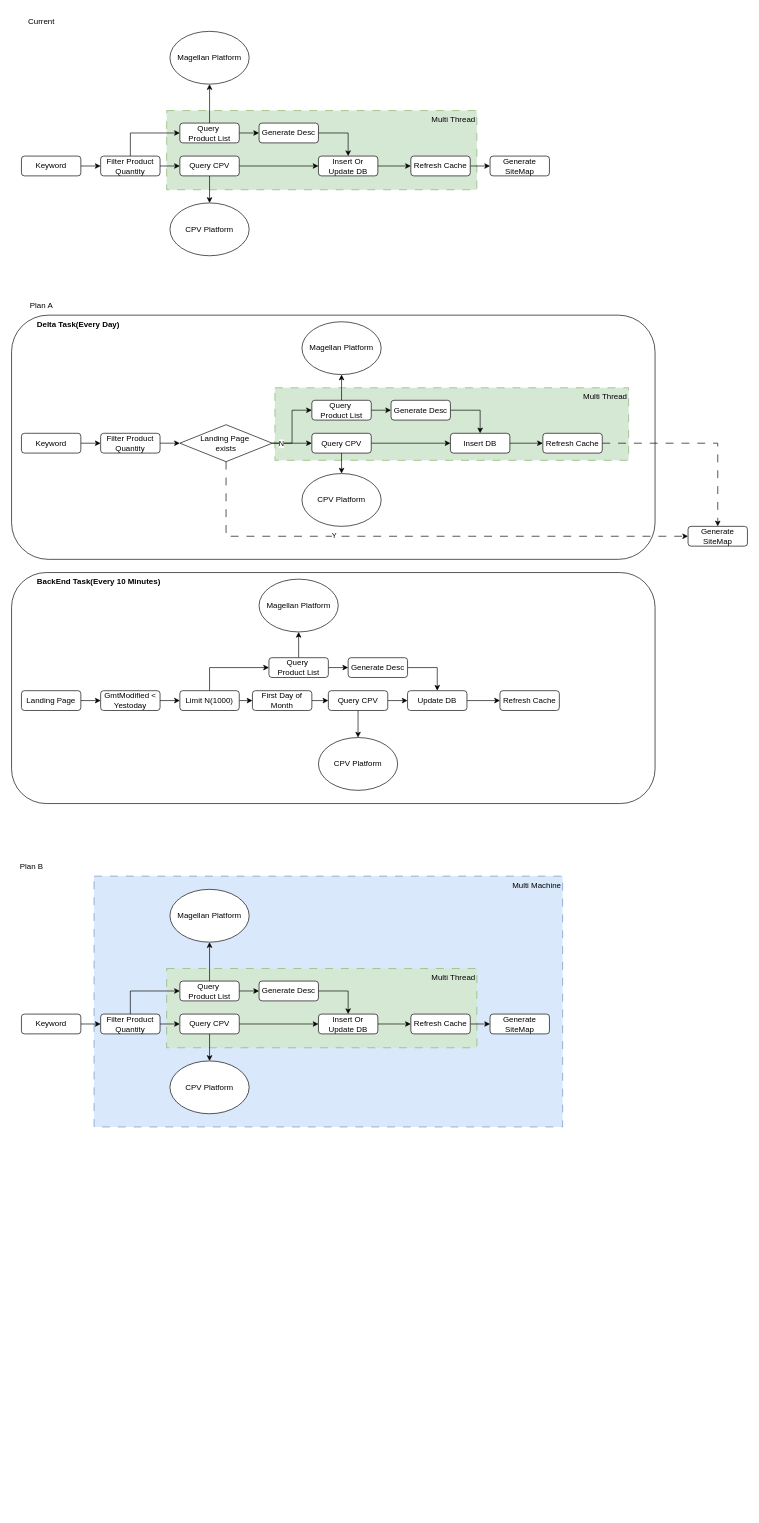
Earlier version of the draw.io diagram drawio/landingpage_generate.drawio (VisableHarry/seo-drawio). Source tidied: cells renumbered, new cells numbered last; positions are measured from the earlier drawing's top-left corner, leaving out a move shared by most shapes. Both pictures are drawn from the tidied source at 66%, with x=0, y=0 at pixel (11, 11).
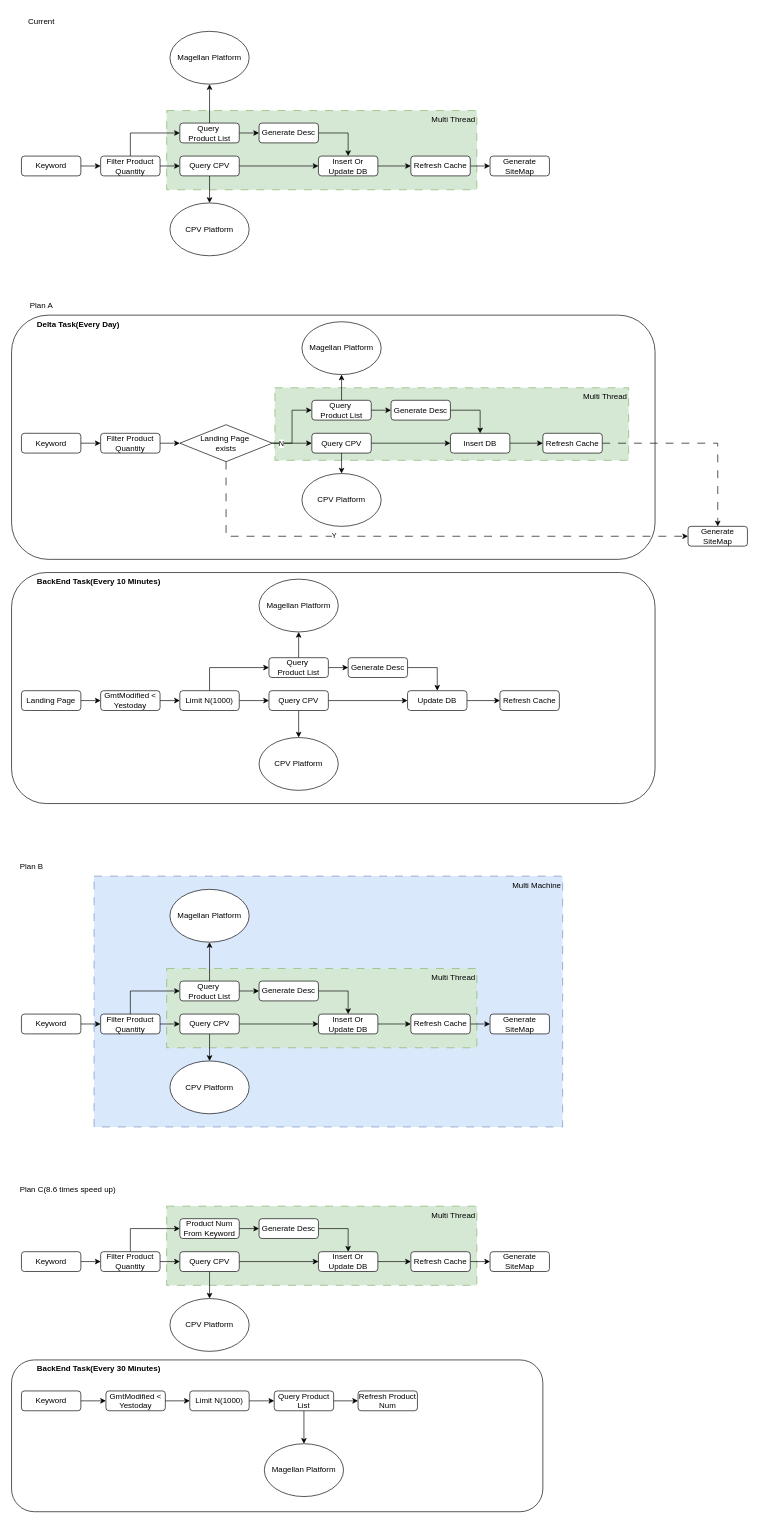
The same page after the edit.

Unchanged cells that the change refers to:
```xml
<mxCell id="71" value="Limit N(1000)" style="rounded=1;whiteSpace=wrap;html=1;" parent="1" vertex="1">
  <mxGeometry x="255" y="1029" width="90" height="30" as="geometry" />
</mxCell>
```

Diff of the diagram source:
```diff
@@
+    <mxCell id="98" value="&amp;nbsp; &amp;nbsp; &amp;nbsp; &amp;nbsp; &amp;nbsp; &amp;nbsp;&lt;b&gt;BackEnd Task(Every 30 Minutes)&lt;/b&gt;" style="rounded=1;whiteSpace=wrap;html=1;align=left;verticalAlign=top;" parent="1" vertex="1">
+      <mxGeometry y="2043" width="805" height="230" as="geometry" />
+    </mxCell>
@@
     <mxCell id="56" value="Query CPV" style="rounded=1;whiteSpace=wrap;html=1;" parent="1" vertex="1">
-      <mxGeometry x="480" y="1029" width="90" height="30" as="geometry" />
+      <mxGeometry x="390" y="1029" width="90" height="30" as="geometry" />
     </mxCell>
@@
     <mxCell id="66" value="CPV Platform" style="ellipse;whiteSpace=wrap;html=1;" parent="1" vertex="1">
-      <mxGeometry x="465" y="1100" width="120" height="80" as="geometry" />
+      <mxGeometry x="375" y="1100" width="120" height="80" as="geometry" />
     </mxCell>
@@
-    <mxCell id="70" style="edgeStyle=orthogonalEdgeStyle;rounded=0;jettySize=auto;html=1;exitX=1;exitY=0.5;exitDx=0;exitDy=0;entryX=0;entryY=0.5;entryDx=0;entryDy=0;" parent="1" edge="1" source="71" target="97">
-      <mxGeometry relative="1" as="geometry" />
-    </mxCell>
+    <mxCell id="99" style="edgeStyle=orthogonalEdgeStyle;rounded=0;jettySize=auto;html=1;exitX=1;exitY=0.5;exitDx=0;exitDy=0;entryX=0;entryY=0.5;entryDx=0;entryDy=0;" parent="1" edge="1" source="71" target="56">
+      <mxGeometry relative="1" as="geometry" />
+    </mxCell>
@@
-    <mxCell id="96" style="edgeStyle=orthogonalEdgeStyle;rounded=0;jettySize=auto;html=1;exitX=1;exitY=0.5;exitDx=0;exitDy=0;entryX=0;entryY=0.5;entryDx=0;entryDy=0;" parent="1" edge="1" source="97" target="56">
-      <mxGeometry relative="1" as="geometry" />
-    </mxCell>
-    <mxCell id="97" value="First Day of Month" style="rounded=1;whiteSpace=wrap;html=1;" parent="1" vertex="1">
-      <mxGeometry x="365" y="1029" width="90" height="30" as="geometry" />
-    </mxCell>
+    <mxCell id="100" value="Plan C(8.6 times speed up)" style="text;html=1;align=center;verticalAlign=middle;strokeColor=none;fillColor=none;" parent="1" vertex="1">
+      <mxGeometry y="1770" width="170" height="30" as="geometry" />
+    </mxCell>
+    <mxCell id="101" value="Multi Thread" style="rounded=0;whiteSpace=wrap;html=1;align=right;verticalAlign=top;fillColor=#d5e8d4;strokeColor=#82b366;dashed=1;dashPattern=12 12;" parent="1" vertex="1">
+      <mxGeometry x="235" y="1810" width="470" height="120" as="geometry" />
+    </mxCell>
+    <mxCell id="102" style="edgeStyle=orthogonalEdgeStyle;rounded=0;jettySize=auto;html=1;exitX=1;exitY=0.5;exitDx=0;exitDy=0;entryX=0;entryY=0.5;entryDx=0;entryDy=0;" parent="1" edge="1" source="103" target="106">
+      <mxGeometry relative="1" as="geometry" />
+    </mxCell>
+    <mxCell id="103" value="Keyword" style="rounded=1;whiteSpace=wrap;html=1;" parent="1" vertex="1">
+      <mxGeometry x="15" y="1879" width="90" height="30" as="geometry" />
+    </mxCell>
+    <mxCell id="104" style="edgeStyle=orthogonalEdgeStyle;rounded=0;jettySize=auto;html=1;exitX=1;exitY=0.5;exitDx=0;exitDy=0;entryX=0;entryY=0.5;entryDx=0;entryDy=0;" parent="1" edge="1" source="106" target="109">
+      <mxGeometry relative="1" as="geometry" />
+    </mxCell>
+    <mxCell id="105" style="edgeStyle=orthogonalEdgeStyle;rounded=0;jettySize=auto;html=1;exitX=0.5;exitY=0;exitDx=0;exitDy=0;entryX=0;entryY=0.5;entryDx=0;entryDy=0;" parent="1" edge="1" source="106" target="117">
+      <mxGeometry relative="1" as="geometry" />
+    </mxCell>
+    <mxCell id="106" value="Filter Product Quantity" style="rounded=1;whiteSpace=wrap;html=1;" parent="1" vertex="1">
+      <mxGeometry x="135" y="1879" width="90" height="30" as="geometry" />
+    </mxCell>
+    <mxCell id="107" style="edgeStyle=orthogonalEdgeStyle;rounded=0;jettySize=auto;html=1;exitX=1;exitY=0.5;exitDx=0;exitDy=0;entryX=0;entryY=0.5;entryDx=0;entryDy=0;" parent="1" edge="1" source="109" target="113">
+      <mxGeometry relative="1" as="geometry" />
+    </mxCell>
+    <mxCell id="108" style="edgeStyle=orthogonalEdgeStyle;rounded=0;jettySize=auto;html=1;exitX=0.5;exitY=1;exitDx=0;exitDy=0;entryX=0.5;entryY=0;entryDx=0;entryDy=0;" parent="1" edge="1" source="109" target="118">
+      <mxGeometry relative="1" as="geometry" />
+    </mxCell>
+    <mxCell id="109" value="Query CPV" style="rounded=1;whiteSpace=wrap;html=1;" parent="1" vertex="1">
+      <mxGeometry x="255" y="1879" width="90" height="30" as="geometry" />
+    </mxCell>
+    <mxCell id="110" style="edgeStyle=orthogonalEdgeStyle;rounded=0;jettySize=auto;html=1;exitX=1;exitY=0.5;exitDx=0;exitDy=0;entryX=0.5;entryY=0;entryDx=0;entryDy=0;" parent="1" edge="1" source="111" target="113">
+      <mxGeometry relative="1" as="geometry" />
+    </mxCell>
+    <mxCell id="111" value="Generate Desc" style="rounded=1;whiteSpace=wrap;html=1;" parent="1" vertex="1">
+      <mxGeometry x="375" y="1829" width="90" height="30" as="geometry" />
+    </mxCell>
+    <mxCell id="112" style="edgeStyle=orthogonalEdgeStyle;rounded=0;jettySize=auto;html=1;exitX=1;exitY=0.5;exitDx=0;exitDy=0;entryX=0;entryY=0.5;entryDx=0;entryDy=0;" parent="1" edge="1" source="113" target="115">
+      <mxGeometry relative="1" as="geometry" />
+    </mxCell>
+    <mxCell id="113" value="Insert Or Update DB" style="rounded=1;whiteSpace=wrap;html=1;" parent="1" vertex="1">
+      <mxGeometry x="465" y="1879" width="90" height="30" as="geometry" />
+    </mxCell>
+    <mxCell id="114" style="edgeStyle=orthogonalEdgeStyle;rounded=0;jettySize=auto;html=1;exitX=1;exitY=0.5;exitDx=0;exitDy=0;entryX=0;entryY=0.5;entryDx=0;entryDy=0;" parent="1" edge="1" source="115" target="119">
+      <mxGeometry relative="1" as="geometry" />
+    </mxCell>
+    <mxCell id="115" value="Refresh Cache" style="rounded=1;whiteSpace=wrap;html=1;" parent="1" vertex="1">
+      <mxGeometry x="605" y="1879" width="90" height="30" as="geometry" />
+    </mxCell>
+    <mxCell id="116" style="edgeStyle=orthogonalEdgeStyle;rounded=0;jettySize=auto;html=1;exitX=1;exitY=0.5;exitDx=0;exitDy=0;entryX=0;entryY=0.5;entryDx=0;entryDy=0;" parent="1" edge="1" source="117" target="111">
+      <mxGeometry relative="1" as="geometry" />
+    </mxCell>
+    <mxCell id="117" value="&lt;div&gt;Product Num From Keyword&lt;/div&gt;" style="rounded=1;whiteSpace=wrap;html=1;" parent="1" vertex="1">
+      <mxGeometry x="255" y="1829" width="90" height="30" as="geometry" />
+    </mxCell>
+    <mxCell id="118" value="CPV Platform" style="ellipse;whiteSpace=wrap;html=1;" parent="1" vertex="1">
+      <mxGeometry x="240" y="1950" width="120" height="80" as="geometry" />
+    </mxCell>
+    <mxCell id="119" value="Generate SiteMap" style="rounded=1;whiteSpace=wrap;html=1;" parent="1" vertex="1">
+      <mxGeometry x="725" y="1879" width="90" height="30" as="geometry" />
+    </mxCell>
+    <mxCell id="120" style="edgeStyle=orthogonalEdgeStyle;rounded=0;jettySize=auto;html=1;exitX=1;exitY=0.5;exitDx=0;exitDy=0;entryX=0;entryY=0.5;entryDx=0;entryDy=0;" parent="1" edge="1" source="121" target="128">
+      <mxGeometry relative="1" as="geometry" />
+    </mxCell>
+    <mxCell id="121" value="Keyword" style="rounded=1;whiteSpace=wrap;html=1;" parent="1" vertex="1">
+      <mxGeometry x="15" y="2090" width="90" height="30" as="geometry" />
+    </mxCell>
+    <mxCell id="122" style="edgeStyle=orthogonalEdgeStyle;rounded=0;jettySize=auto;html=1;exitX=1;exitY=0.5;exitDx=0;exitDy=0;entryX=0;entryY=0.5;entryDx=0;entryDy=0;" parent="1" edge="1" source="124" target="126">
+      <mxGeometry relative="1" as="geometry" />
+    </mxCell>
+    <mxCell id="123" style="edgeStyle=orthogonalEdgeStyle;rounded=0;jettySize=auto;html=1;exitX=0.5;exitY=1;exitDx=0;exitDy=0;entryX=0.5;entryY=0;entryDx=0;entryDy=0;" parent="1" edge="1" source="124" target="125">
+      <mxGeometry relative="1" as="geometry" />
+    </mxCell>
+    <mxCell id="124" value="Query Product List" style="rounded=1;whiteSpace=wrap;html=1;" parent="1" vertex="1">
+      <mxGeometry x="398" y="2090" width="90" height="30" as="geometry" />
+    </mxCell>
+    <mxCell id="125" value="Magellan Platform" style="ellipse;whiteSpace=wrap;html=1;" parent="1" vertex="1">
+      <mxGeometry x="383" y="2170" width="120" height="80" as="geometry" />
+    </mxCell>
+    <mxCell id="126" value="Refresh Product Num" style="rounded=1;whiteSpace=wrap;html=1;" parent="1" vertex="1">
+      <mxGeometry x="525" y="2090" width="90" height="30" as="geometry" />
+    </mxCell>
+    <mxCell id="127" style="edgeStyle=orthogonalEdgeStyle;rounded=0;jettySize=auto;html=1;exitX=1;exitY=0.5;exitDx=0;exitDy=0;entryX=0;entryY=0.5;entryDx=0;entryDy=0;" parent="1" edge="1" source="128" target="130">
+      <mxGeometry relative="1" as="geometry" />
+    </mxCell>
+    <mxCell id="128" value="GmtModified &amp;lt; Yestoday" style="rounded=1;whiteSpace=wrap;html=1;" parent="1" vertex="1">
+      <mxGeometry x="143" y="2090" width="90" height="30" as="geometry" />
+    </mxCell>
+    <mxCell id="129" style="edgeStyle=orthogonalEdgeStyle;rounded=0;jettySize=auto;html=1;exitX=1;exitY=0.5;exitDx=0;exitDy=0;entryX=0;entryY=0.5;entryDx=0;entryDy=0;" parent="1" edge="1" source="130" target="124">
+      <mxGeometry relative="1" as="geometry" />
+    </mxCell>
+    <mxCell id="130" value="Limit N(1000)" style="rounded=1;whiteSpace=wrap;html=1;" parent="1" vertex="1">
+      <mxGeometry x="270" y="2090" width="90" height="30" as="geometry" />
+    </mxCell>
```
